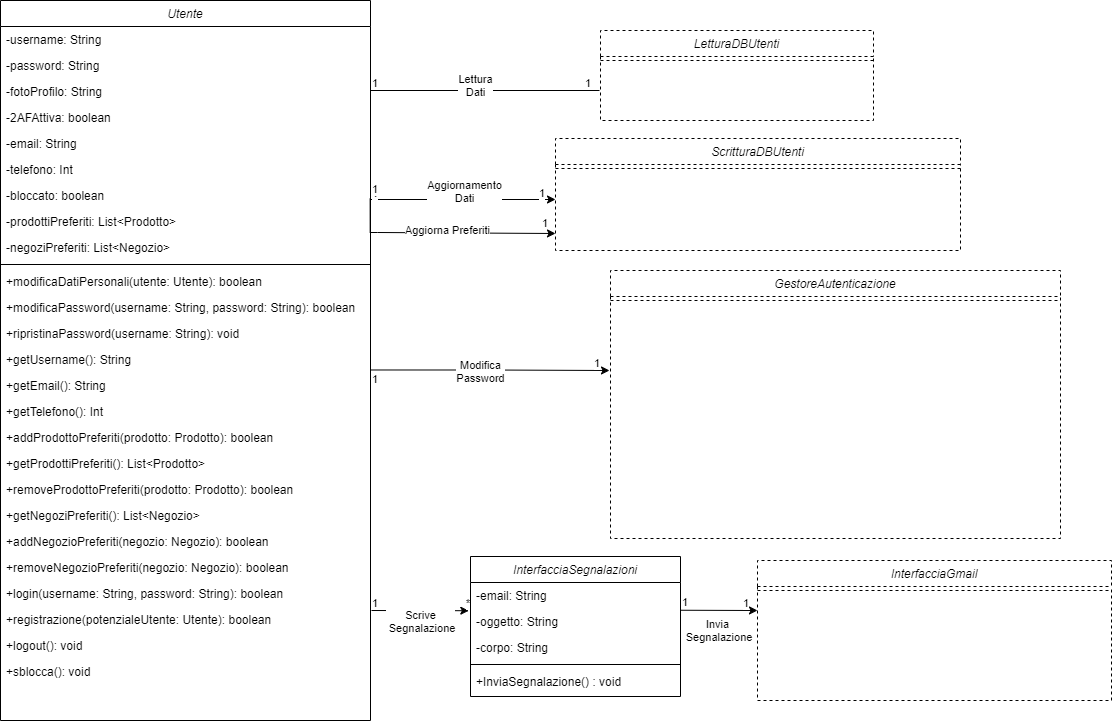
Before: UML/Diagrammi Classi/DiagrammaClassiPaginaUtente.png, a diagram exported from draw.io (G15-UniTN/iSpesa). Source tidied: cells renumbered, new cells last; positions are measured from the earlier drawing's top-left corner, leaving out a move shared by most shapes.
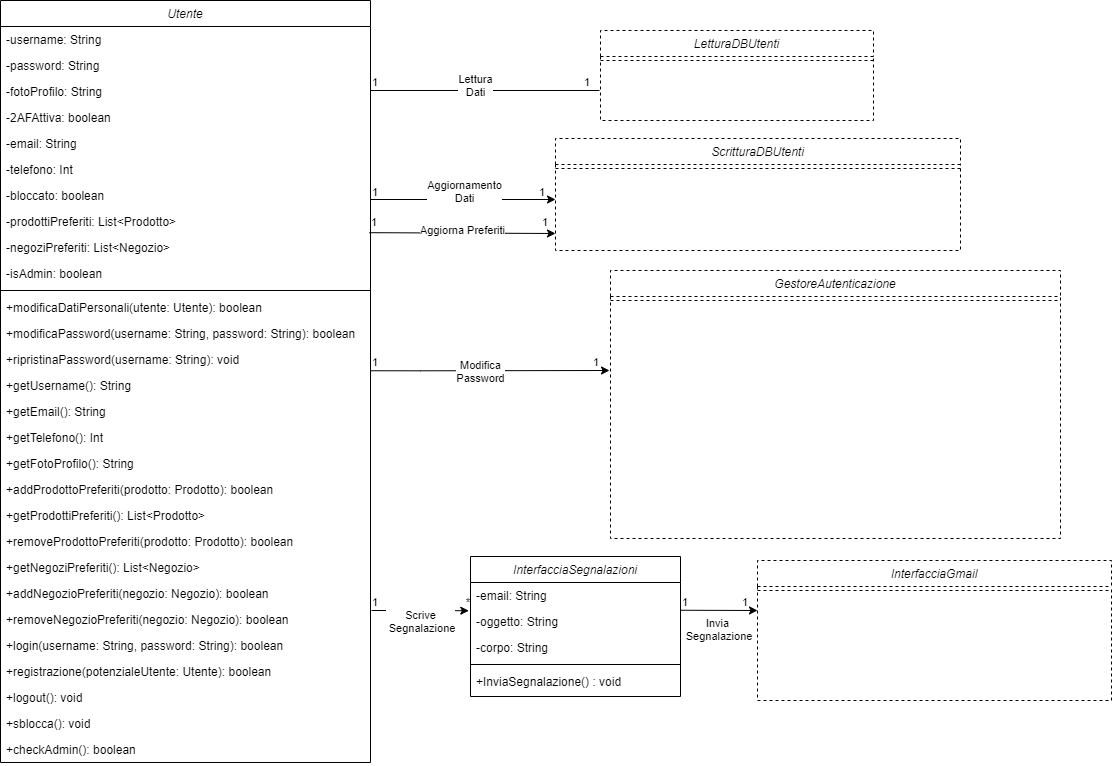
The same diagram one commit later.

Diff of the diagram source:
```diff
@@ -11,7 +11,7 @@
       </mxGeometry>
     </mxCell>
     <mxCell id="3" value="Utente" style="swimlane;fontStyle=2;align=center;verticalAlign=top;horizontal=1;startSize=26;rounded=0;shadow=0;strokeWidth=1;" parent="1" vertex="1">
-      <mxGeometry width="370" height="720" as="geometry" />
+      <mxGeometry width="370" height="762" as="geometry" />
     </mxCell>
     <mxCell id="4" value="-username: String" style="text;align=left;verticalAlign=top;spacingLeft=4;spacingRight=4;overflow=hidden;" parent="3" vertex="1">
       <mxGeometry y="26" width="370" height="26" as="geometry" />
@@ -40,57 +40,66 @@
     <mxCell id="12" value="-negoziPreferiti: List&lt;Negozio&gt;" style="text;align=left;verticalAlign=top;spacingLeft=4;spacingRight=4;overflow=hidden;" parent="3" vertex="1">
       <mxGeometry y="234" width="370" height="26" as="geometry" />
     </mxCell>
+    <mxCell id="67" value="-isAdmin: boolean" style="text;align=left;verticalAlign=top;spacingLeft=4;spacingRight=4;overflow=hidden;" parent="3" vertex="1">
+      <mxGeometry y="260" width="370" height="26" as="geometry" />
+    </mxCell>
     <mxCell id="13" style="line;html=1;strokeWidth=1;align=left;verticalAlign=middle;spacingTop=-1;spacingLeft=3;spacingRight=3;labelPosition=right;" parent="3" vertex="1">
-      <mxGeometry y="260" width="370" height="8" as="geometry" />
+      <mxGeometry y="286" width="370" height="8" as="geometry" />
     </mxCell>
     <mxCell id="14" value="+modificaDatiPersonali(utente: Utente): boolean" style="text;align=left;verticalAlign=top;spacingLeft=4;spacingRight=4;overflow=hidden;" parent="3" vertex="1">
-      <mxGeometry y="268" width="370" height="26" as="geometry" />
+      <mxGeometry y="294" width="370" height="26" as="geometry" />
     </mxCell>
     <mxCell id="15" value="+modificaPassword(username: String, password: String): boolean" style="text;align=left;verticalAlign=top;spacingLeft=4;spacingRight=4;overflow=hidden;" parent="3" vertex="1">
-      <mxGeometry y="294" width="370" height="26" as="geometry" />
+      <mxGeometry y="320" width="370" height="26" as="geometry" />
     </mxCell>
     <mxCell id="16" value="+ripristinaPassword(username: String): void" style="text;align=left;verticalAlign=top;spacingLeft=4;spacingRight=4;overflow=hidden;points=[[0,0.5],[1,0.5]];portConstraint=eastwest;" parent="3" vertex="1">
-      <mxGeometry y="320" width="370" height="26" as="geometry" />
+      <mxGeometry y="346" width="370" height="26" as="geometry" />
     </mxCell>
     <mxCell id="17" value="+getUsername(): String" style="text;align=left;verticalAlign=top;spacingLeft=4;spacingRight=4;overflow=hidden;points=[[0,0.5],[1,0.5]];portConstraint=eastwest;" parent="3" vertex="1">
-      <mxGeometry y="346" width="370" height="26" as="geometry" />
+      <mxGeometry y="372" width="370" height="26" as="geometry" />
     </mxCell>
     <mxCell id="18" value="+getEmail(): String" style="text;align=left;verticalAlign=top;spacingLeft=4;spacingRight=4;overflow=hidden;" parent="3" vertex="1">
-      <mxGeometry y="372" width="370" height="26" as="geometry" />
+      <mxGeometry y="398" width="370" height="26" as="geometry" />
     </mxCell>
     <mxCell id="19" value="+getTelefono(): Int" style="text;align=left;verticalAlign=top;spacingLeft=4;spacingRight=4;overflow=hidden;" parent="3" vertex="1">
-      <mxGeometry y="398" width="370" height="26" as="geometry" />
+      <mxGeometry y="424" width="370" height="26" as="geometry" />
     </mxCell>
+    <mxCell id="68" value="+getFotoProfilo(): String" style="text;align=left;verticalAlign=top;spacingLeft=4;spacingRight=4;overflow=hidden;" parent="3" vertex="1">
+      <mxGeometry y="450" width="370" height="26" as="geometry" />
+    </mxCell>
     <mxCell id="20" value="+addProdottoPreferiti(prodotto: Prodotto): boolean" style="text;align=left;verticalAlign=top;spacingLeft=4;spacingRight=4;overflow=hidden;" parent="3" vertex="1">
-      <mxGeometry y="424" width="370" height="26" as="geometry" />
+      <mxGeometry y="476" width="370" height="26" as="geometry" />
     </mxCell>
     <mxCell id="21" value="+getProdottiPreferiti(): List&lt;Prodotto&gt;" style="text;align=left;verticalAlign=top;spacingLeft=4;spacingRight=4;overflow=hidden;" parent="3" vertex="1">
-      <mxGeometry y="450" width="370" height="26" as="geometry" />
+      <mxGeometry y="502" width="370" height="26" as="geometry" />
     </mxCell>
     <mxCell id="22" value="+removeProdottoPreferiti(prodotto: Prodotto): boolean" style="text;align=left;verticalAlign=top;spacingLeft=4;spacingRight=4;overflow=hidden;" parent="3" vertex="1">
-      <mxGeometry y="476" width="370" height="26" as="geometry" />
+      <mxGeometry y="528" width="370" height="26" as="geometry" />
     </mxCell>
     <mxCell id="23" value="+getNegoziPreferiti(): List&lt;Negozio&gt;" style="text;align=left;verticalAlign=top;spacingLeft=4;spacingRight=4;overflow=hidden;" parent="3" vertex="1">
-      <mxGeometry y="502" width="370" height="26" as="geometry" />
+      <mxGeometry y="554" width="370" height="26" as="geometry" />
     </mxCell>
     <mxCell id="24" value="+addNegozioPreferiti(negozio: Negozio): boolean" style="text;align=left;verticalAlign=top;spacingLeft=4;spacingRight=4;overflow=hidden;" parent="3" vertex="1">
-      <mxGeometry y="528" width="370" height="26" as="geometry" />
+      <mxGeometry y="580" width="370" height="26" as="geometry" />
     </mxCell>
     <mxCell id="25" value="+removeNegozioPreferiti(negozio: Negozio): boolean" style="text;align=left;verticalAlign=top;spacingLeft=4;spacingRight=4;overflow=hidden;" parent="3" vertex="1">
-      <mxGeometry y="554" width="370" height="26" as="geometry" />
+      <mxGeometry y="606" width="370" height="26" as="geometry" />
     </mxCell>
     <mxCell id="26" value="+login(username: String, password: String): boolean" style="text;align=left;verticalAlign=top;spacingLeft=4;spacingRight=4;overflow=hidden;" parent="3" vertex="1">
-      <mxGeometry y="580" width="370" height="26" as="geometry" />
+      <mxGeometry y="632" width="370" height="26" as="geometry" />
     </mxCell>
     <mxCell id="27" value="+registrazione(potenzialeUtente: Utente): boolean " style="text;align=left;verticalAlign=top;spacingLeft=4;spacingRight=4;overflow=hidden;points=[[0,0.5],[1,0.5]];portConstraint=eastwest;" parent="3" vertex="1">
-      <mxGeometry y="606" width="370" height="26" as="geometry" />
+      <mxGeometry y="658" width="370" height="26" as="geometry" />
     </mxCell>
     <mxCell id="28" value="+logout(): void" style="text;align=left;verticalAlign=top;spacingLeft=4;spacingRight=4;overflow=hidden;" parent="3" vertex="1">
-      <mxGeometry y="632" width="370" height="26" as="geometry" />
+      <mxGeometry y="684" width="370" height="26" as="geometry" />
     </mxCell>
     <mxCell id="29" value="+sblocca(): void" style="text;align=left;verticalAlign=top;spacingLeft=4;spacingRight=4;overflow=hidden;" parent="3" vertex="1">
-      <mxGeometry y="658" width="370" height="26" as="geometry" />
+      <mxGeometry y="710" width="370" height="26" as="geometry" />
     </mxCell>
+    <mxCell id="69" value="+checkAdmin(): boolean" style="text;align=left;verticalAlign=top;spacingLeft=4;spacingRight=4;overflow=hidden;" parent="3" vertex="1">
+      <mxGeometry y="736" width="370" height="26" as="geometry" />
+    </mxCell>
     <mxCell id="30" value="ScritturaDBUtenti" style="swimlane;fontStyle=2;align=center;verticalAlign=top;horizontal=1;startSize=26;rounded=0;shadow=0;strokeWidth=1;dashed=1;" parent="1" vertex="1">
       <mxGeometry x="555" y="138" width="405" height="112" as="geometry" />
     </mxCell>
@@ -144,9 +153,12 @@
     <mxCell id="42" value="1" style="edgeLabel;html=1;align=left;verticalAlign=bottom;" parent="1" vertex="1">
       <mxGeometry x="540" y="230" as="geometry" />
     </mxCell>
-    <mxCell id="43" style="endArrow=classic;html=1;edgeStyle=orthogonalEdgeStyle;rounded=0;exitX=1;exitY=0.903;exitDx=0;exitDy=0;exitPerimeter=0;" parent="1" edge="1" source="17">
+    <mxCell id="43" style="endArrow=classic;html=1;edgeStyle=orthogonalEdgeStyle;rounded=0;exitX=1;exitY=0.933;exitDx=0;exitDy=0;exitPerimeter=0;" parent="1" edge="1" source="16">
       <mxGeometry relative="1" as="geometry">
         <mxPoint x="609" y="370" as="targetPoint" />
+        <Array as="points">
+          <mxPoint x="420" y="370" />
+        </Array>
       </mxGeometry>
     </mxCell>
     <mxCell id="44" value="Modifica&lt;br&gt;Password" style="edgeLabel;html=1;align=center;verticalAlign=middle;" parent="43" vertex="1">
@@ -155,9 +167,7 @@
       </mxGeometry>
     </mxCell>
     <mxCell id="45" value="1" style="edgeLabel;html=1;align=left;verticalAlign=bottom;" parent="43" vertex="1">
-      <mxGeometry x="-1" relative="1" as="geometry">
-        <mxPoint y="17" as="offset" />
-      </mxGeometry>
+      <mxGeometry x="-1" relative="1" as="geometry" />
     </mxCell>
     <mxCell id="46" value="1" style="edgeLabel;html=1;align=right;verticalAlign=bottom;" parent="43" vertex="1">
       <mxGeometry x="1" relative="1" as="geometry">
@@ -226,7 +236,7 @@
         <mxPoint x="-9" as="offset" />
       </mxGeometry>
     </mxCell>
-    <mxCell id="63" style="endArrow=classic;html=1;edgeStyle=orthogonalEdgeStyle;rounded=0;exitX=0.999;exitY=0.624;exitDx=0;exitDy=0;exitPerimeter=0;" parent="1" edge="1" source="10">
+    <mxCell id="63" style="endArrow=classic;html=1;edgeStyle=orthogonalEdgeStyle;rounded=0;exitX=0.997;exitY=0.932;exitDx=0;exitDy=0;exitPerimeter=0;" parent="1" edge="1" source="11">
       <mxGeometry relative="1" as="geometry">
         <mxPoint x="555" y="233" as="targetPoint" />
         <Array as="points">
```
